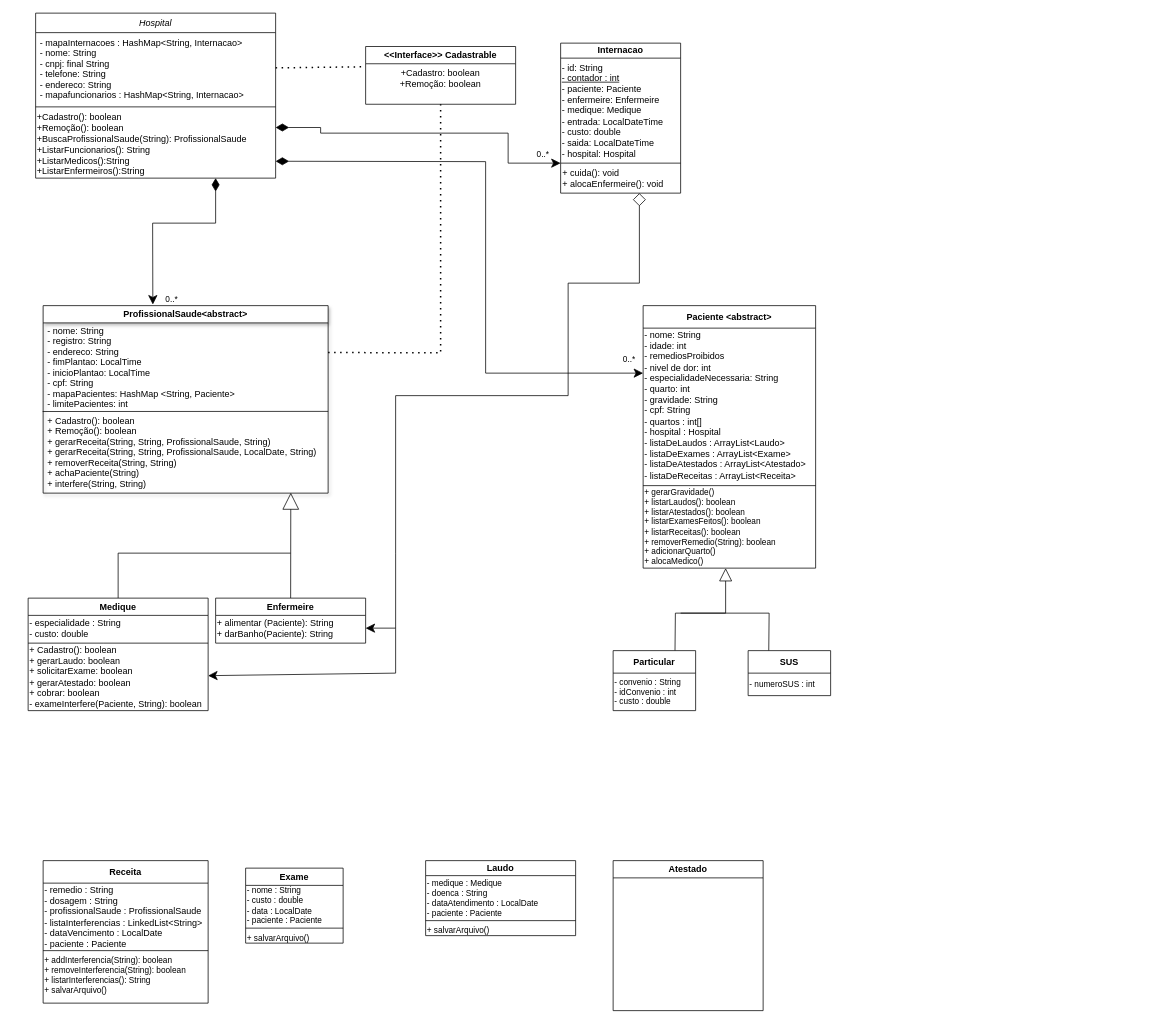
Earlier version of the draw.io diagram UML.drawio (Patricio-Andre/Trabalho-Final-MC322). Source tidied: cells renumbered, new cells numbered last; positions are measured from the earlier drawing's top-left corner, leaving out a move shared by most shapes. Both pictures are drawn from the tidied source at 75%, with x=0, y=0 at pixel (28, 13).
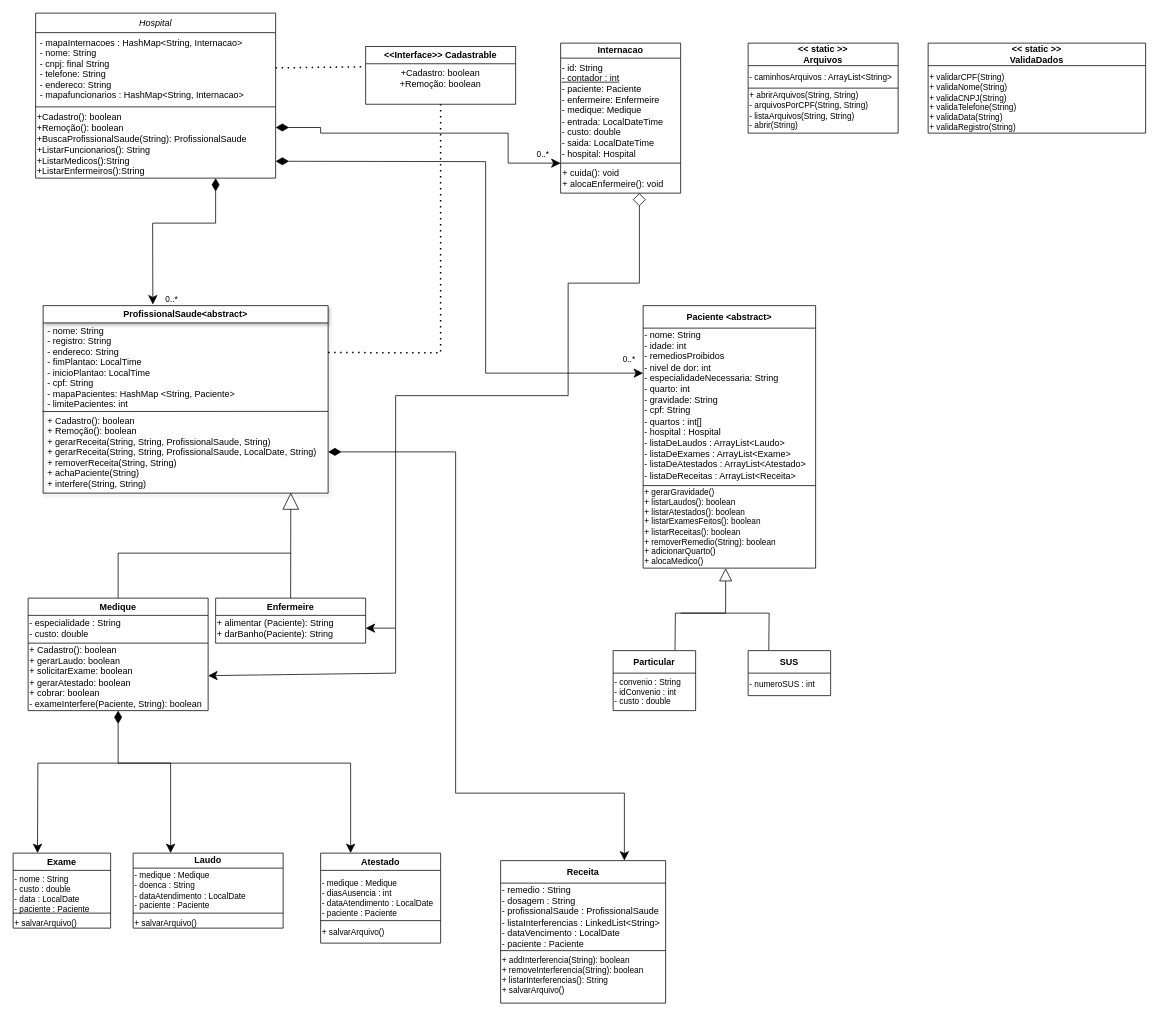
Above is the later version.

The change refers to these unchanged cells:
```xml
<mxCell id="12" value="+ Cadastro(): boolean&#10;+ Remoção(): boolean&#10;+ gerarReceita(String, String, ProfissionalSaude, String)&#10;+ gerarReceita(String, String, ProfissionalSaude, LocalDate, String)&#10;+ removerReceita(String, String)&#10;+ achaPaciente(String)&#10;+ interfere(String, String)" style="text;align=left;verticalAlign=top;spacingLeft=4;spacingRight=4;overflow=hidden;points=[[0,0.5],[1,0.5]];portConstraint=eastwest;" parent="9" vertex="1">
  <mxGeometry y="140" width="380" height="110" as="geometry" />
</mxCell>
<mxCell id="20" value="+ Cadastro(): boolean&lt;br&gt;+ gerarLaudo: boolean&lt;br&gt;+ solicitarExame: boolean&lt;br&gt;+ gerarAtestado: boolean&lt;br&gt;+ cobrar: boolean&lt;br&gt;- exameInterfere(Paciente, String): boolean" style="text;html=1;strokeColor=none;fillColor=none;align=left;verticalAlign=middle;whiteSpace=wrap;rounded=0;" parent="17" vertex="1">
  <mxGeometry y="60" width="240" height="90" as="geometry" />
</mxCell>
```

Change to the diagram source:
```diff
@@
+    <mxCell id="60" style="edgeStyle=none;shape=connector;rounded=0;jettySize=auto;html=1;exitX=0.25;exitY=0;exitDx=0;exitDy=0;labelBackgroundColor=default;strokeColor=default;fontFamily=Helvetica;fontSize=11;fontColor=default;endArrow=none;endFill=0;startArrow=classic;startFill=1;startSize=10;" parent="1" edge="1" source="37">
+      <mxGeometry relative="1" as="geometry">
+        <mxPoint x="120" y="1000" as="targetPoint" />
+        <Array as="points">
+          <mxPoint x="13" y="1000" />
+        </Array>
+      </mxGeometry>
+    </mxCell>
     <mxCell id="37" value="Exame" style="swimlane;whiteSpace=wrap;html=1;" parent="1" vertex="1">
-      <mxGeometry x="290" y="1140" width="130" height="100" as="geometry" />
+      <mxGeometry x="-20" y="1120" width="130" height="100" as="geometry" />
     </mxCell>
     <mxCell id="38" value="&lt;div&gt;- nome : String&lt;/div&gt;&lt;div&gt;- custo : double&lt;/div&gt;&lt;div&gt;- data : LocalDate&lt;/div&gt;&lt;div&gt;- paciente : Paciente&lt;/div&gt;" style="text;strokeColor=none;align=left;fillColor=none;html=1;verticalAlign=middle;whiteSpace=wrap;rounded=0;fontSize=11;fontFamily=Helvetica;fontColor=default;" parent="37" vertex="1">
-      <mxGeometry y="10" width="110" height="80" as="geometry" />
+      <mxGeometry y="20" width="130" height="70" as="geometry" />
     </mxCell>
@@
+    <mxCell id="61" style="edgeStyle=none;shape=connector;rounded=0;jettySize=auto;html=1;exitX=0.25;exitY=0;exitDx=0;exitDy=0;labelBackgroundColor=default;strokeColor=default;fontFamily=Helvetica;fontSize=11;fontColor=default;endArrow=none;endFill=0;startArrow=classic;startFill=1;startSize=10;" parent="1" edge="1" source="41">
+      <mxGeometry relative="1" as="geometry">
+        <mxPoint x="120" y="1000" as="targetPoint" />
+        <Array as="points">
+          <mxPoint x="430" y="1000" />
+          <mxPoint x="300" y="1000" />
+        </Array>
+      </mxGeometry>
+    </mxCell>
     <mxCell id="41" value="Atestado" style="swimlane;whiteSpace=wrap;html=1;" parent="1" vertex="1">
-      <mxGeometry x="780" y="1130" width="200" height="200" as="geometry" />
+      <mxGeometry x="390" y="1120" width="160" height="120" as="geometry" />
     </mxCell>
+    <mxCell id="62" value="&lt;div&gt;- medique : Medique&lt;/div&gt;&lt;div&gt;- diasAusencia : int&lt;/div&gt;&lt;div&gt;- dataAtendimento : LocalDate&lt;/div&gt;&lt;div&gt;- paciente : Paciente&lt;/div&gt;" style="text;strokeColor=none;align=left;fillColor=none;html=1;verticalAlign=middle;whiteSpace=wrap;rounded=0;fontSize=11;fontFamily=Helvetica;fontColor=default;" parent="41" vertex="1">
+      <mxGeometry y="30" width="240" height="60" as="geometry" />
+    </mxCell>
+    <mxCell id="63" style="edgeStyle=none;jettySize=auto;html=1;rounded=0;labelBackgroundColor=default;strokeColor=default;fontFamily=Helvetica;fontSize=11;fontColor=default;endArrow=none;shape=connector;entryX=1;entryY=0;entryDx=0;entryDy=0;endFill=0;" parent="41" edge="1" target="64">
+      <mxGeometry relative="1" as="geometry">
+        <mxPoint y="90" as="sourcePoint" />
+      </mxGeometry>
+    </mxCell>
+    <mxCell id="64" value="+ salvarArquivo()" style="text;strokeColor=none;align=left;fillColor=none;html=1;verticalAlign=middle;whiteSpace=wrap;rounded=0;fontSize=11;fontFamily=Helvetica;fontColor=default;" parent="41" vertex="1">
+      <mxGeometry y="90" width="160" height="30" as="geometry" />
+    </mxCell>
+    <mxCell id="65" style="edgeStyle=none;shape=connector;rounded=0;jettySize=auto;html=1;exitX=0.25;exitY=0;exitDx=0;exitDy=0;entryX=0.5;entryY=1;entryDx=0;entryDy=0;labelBackgroundColor=default;strokeColor=default;fontFamily=Helvetica;fontSize=11;fontColor=default;endArrow=diamondThin;startSize=10;startArrow=classic;startFill=1;endFill=1;endSize=15;" parent="1" edge="1" source="42" target="20">
+      <mxGeometry relative="1" as="geometry">
+        <Array as="points">
+          <mxPoint x="190" y="1000" />
+          <mxPoint x="120" y="1000" />
+        </Array>
+      </mxGeometry>
+    </mxCell>
     <mxCell id="42" value="Laudo" style="swimlane;whiteSpace=wrap;html=1;startSize=20;" parent="1" vertex="1">
-      <mxGeometry x="530" y="1130" width="200" height="100" as="geometry" />
+      <mxGeometry x="140" y="1120" width="200" height="100" as="geometry" />
     </mxCell>
@@
+    <mxCell id="66" style="edgeStyle=none;shape=connector;rounded=0;jettySize=auto;html=1;exitX=0.75;exitY=0;exitDx=0;exitDy=0;entryX=1;entryY=0.5;entryDx=0;entryDy=0;labelBackgroundColor=default;strokeColor=default;fontFamily=Helvetica;fontSize=11;fontColor=default;endArrow=diamondThin;endFill=1;endSize=15;startArrow=classic;startFill=1;startSize=10;" parent="1" edge="1" source="47" target="12">
+      <mxGeometry relative="1" as="geometry">
+        <Array as="points">
+          <mxPoint x="795" y="1040" />
+          <mxPoint x="570" y="1040" />
+          <mxPoint x="570" y="585" />
+        </Array>
+      </mxGeometry>
+    </mxCell>
     <mxCell id="47" value="Receita" style="swimlane;whiteSpace=wrap;html=1;startSize=30;" parent="1" vertex="1">
-      <mxGeometry x="20" y="1130" width="220" height="190" as="geometry" />
+      <mxGeometry x="630" y="1130" width="220" height="190" as="geometry" />
     </mxCell>
@@
+    <mxCell id="67" value="&amp;lt;&amp;lt; static &amp;gt;&amp;gt;&lt;br&gt;Arquivos" style="swimlane;whiteSpace=wrap;html=1;startSize=30;" parent="1" vertex="1">
+      <mxGeometry x="960" y="40" width="200" height="120" as="geometry" />
+    </mxCell>
+    <mxCell id="68" value="&lt;div&gt;&lt;span style=&quot;background-color: initial;&quot;&gt;+ abrirArquivos(String, String)&lt;/span&gt;&lt;br&gt;&lt;/div&gt;&lt;div&gt;- arquivosPorCPF(String, String)&lt;/div&gt;&lt;div&gt;- listaArquivos(String, String)&lt;/div&gt;&lt;div&gt;- abrir(String)&lt;/div&gt;" style="text;strokeColor=none;align=left;fillColor=none;html=1;verticalAlign=middle;whiteSpace=wrap;rounded=0;fontSize=11;fontFamily=Helvetica;fontColor=default;" parent="67" vertex="1">
+      <mxGeometry y="60" width="210" height="60" as="geometry" />
+    </mxCell>
+    <mxCell id="69" style="edgeStyle=none;jettySize=auto;html=1;rounded=0;labelBackgroundColor=default;strokeColor=default;fontFamily=Helvetica;fontSize=11;fontColor=default;endArrow=none;shape=connector;endFill=0;entryX=1;entryY=1;entryDx=0;entryDy=0;" parent="67" edge="1" target="70">
+      <mxGeometry relative="1" as="geometry">
+        <mxPoint y="60" as="sourcePoint" />
+      </mxGeometry>
+    </mxCell>
+    <mxCell id="70" value="- caminhosArquivos : ArrayList&amp;lt;String&amp;gt;" style="text;strokeColor=none;align=left;fillColor=none;html=1;verticalAlign=middle;whiteSpace=wrap;rounded=0;fontSize=11;fontFamily=Helvetica;fontColor=default;" parent="67" vertex="1">
+      <mxGeometry y="30" width="200" height="30" as="geometry" />
+    </mxCell>
+    <mxCell id="71" value="&amp;lt;&amp;lt; static &amp;gt;&amp;gt;&lt;br&gt;ValidaDados" style="swimlane;whiteSpace=wrap;html=1;startSize=30;" parent="1" vertex="1">
+      <mxGeometry x="1200" y="40" width="290" height="120" as="geometry" />
+    </mxCell>
+    <mxCell id="72" value="&#10;+ validarCPF(String)&#10;+ validaNome(String)&#10;+ validaCNPJ(String)&#10;+ validaTelefone(String)&#10;+ validaData(String)&#10;+ validaRegistro(String)" style="text;whiteSpace=wrap;fontSize=11;fontFamily=Helvetica;fontColor=default;" parent="71" vertex="1">
+      <mxGeometry y="20" width="290" height="100" as="geometry" />
+    </mxCell>
```
